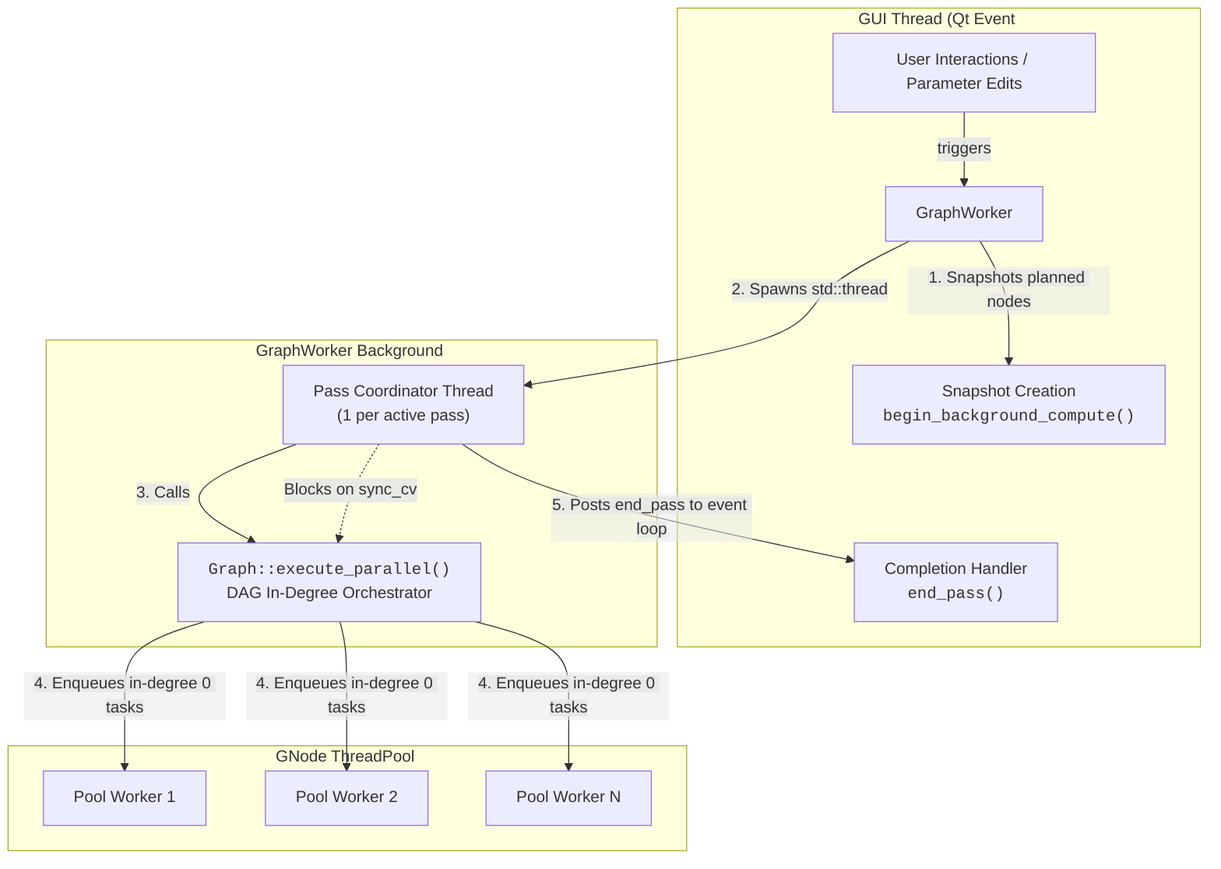
Earlier version of the Mermaid export docs/design/async_update_architecture/diagrams/thread_architecture.png (ottolink-dev/Hesiod). Its source is kept beside it as docs/design/async_update_architecture/diagrams/thread_architecture.mmd.
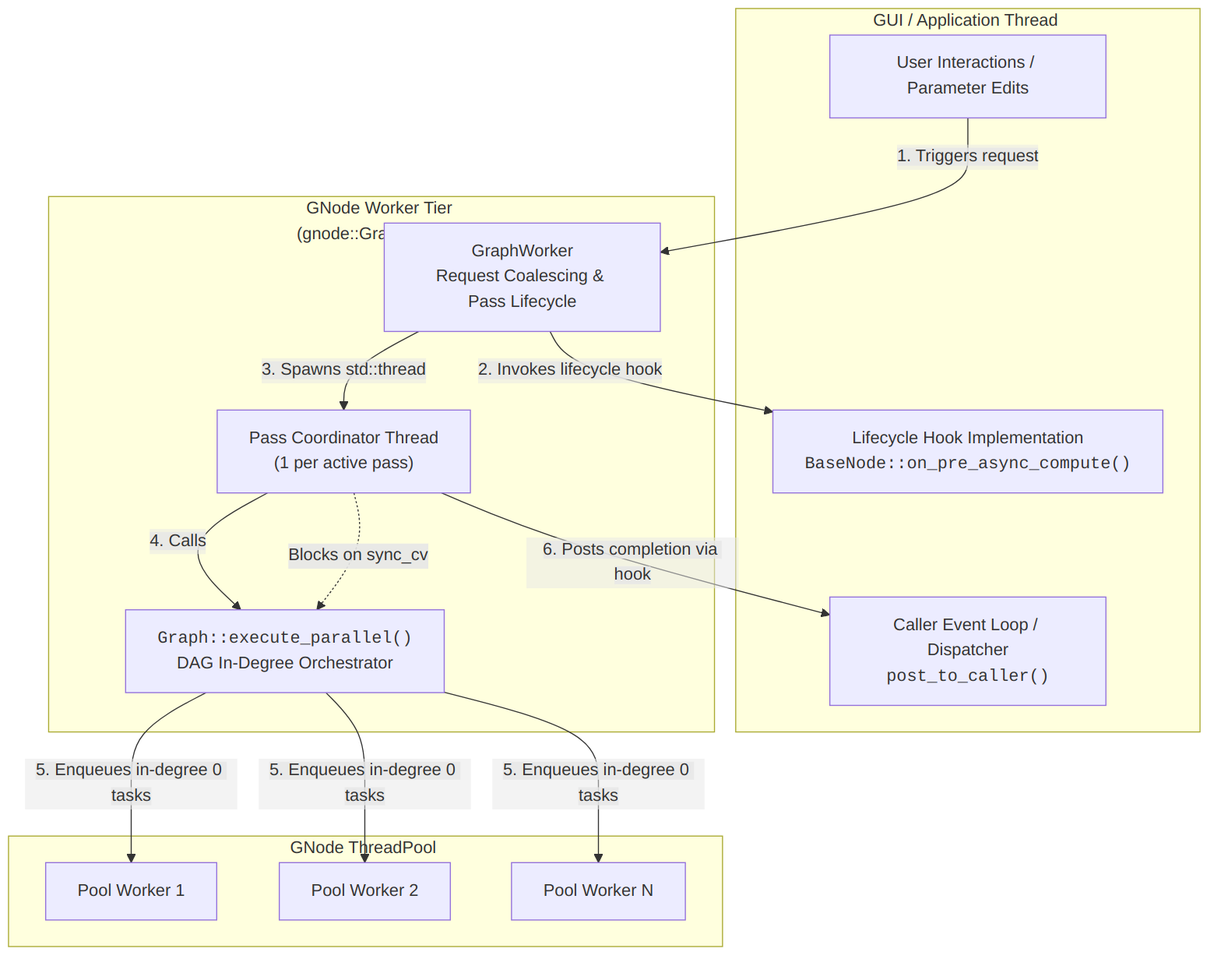
After the change.

The edit, as a diff of the source:
```diff
@@ -1,12 +1,12 @@
 graph TB
-    subgraph GUI_Tier ["GUI Thread (Qt Event Loop)"]
+    subgraph GUI_Tier ["GUI / Application Thread (Qt Event Loop)"]
         UI["User Interactions / Parameter Edits"]
-        GW["GraphWorker"]
-        Snap["Snapshot Creation<br/><code>begin_background_compute()</code>"]
-        PostRecv["Completion Handler<br/><code>end_pass()</code>"]
+        PostRecv["Caller Event Loop / Dispatcher<br/><code>post_to_caller()</code>"]
+        SnapHook["Lifecycle Hook Implementation<br/><code>BaseNode::on_pre_async_compute()</code>"]
     end
 
-    subgraph Worker_Tier ["GraphWorker Background Thread"]
+    subgraph GNode_Worker_Tier ["GNode Worker Tier (gnode::GraphWorker)"]
+        GW["GraphWorker<br/>Request Coalescing & Pass Lifecycle"]
         CoordThread["Pass Coordinator Thread<br/>(1 per active pass)"]
         GNodeCoord["<code>Graph::execute_parallel()</code><br/>DAG In-Degree Orchestrator"]
     end
@@ -17,12 +17,12 @@
         Tn["Pool Worker N"]
     end
 
-    UI -->|triggers| GW
-    GW -->|1. Snapshots planned nodes| Snap
-    GW -->|2. Spawns std::thread| CoordThread
-    CoordThread -->|3. Calls| GNodeCoord
-    GNodeCoord -->|4. Enqueues in-degree 0 tasks| T1
-    GNodeCoord -->|4. Enqueues in-degree 0 tasks| T2
-    GNodeCoord -->|4. Enqueues in-degree 0 tasks| Tn
+    UI -->|1. Triggers request| GW
+    GW -->|2. Invokes lifecycle hook| SnapHook
+    GW -->|3. Spawns std::thread| CoordThread
+    CoordThread -->|4. Calls| GNodeCoord
+    GNodeCoord -->|5. Enqueues in-degree 0 tasks| T1
+    GNodeCoord -->|5. Enqueues in-degree 0 tasks| T2
+    GNodeCoord -->|5. Enqueues in-degree 0 tasks| Tn
     CoordThread -.->|Blocks on sync_cv| GNodeCoord
-    CoordThread -->|5. Posts end_pass to event loop| PostRecv
+    CoordThread -->|6. Posts completion via hook| PostRecv
```
